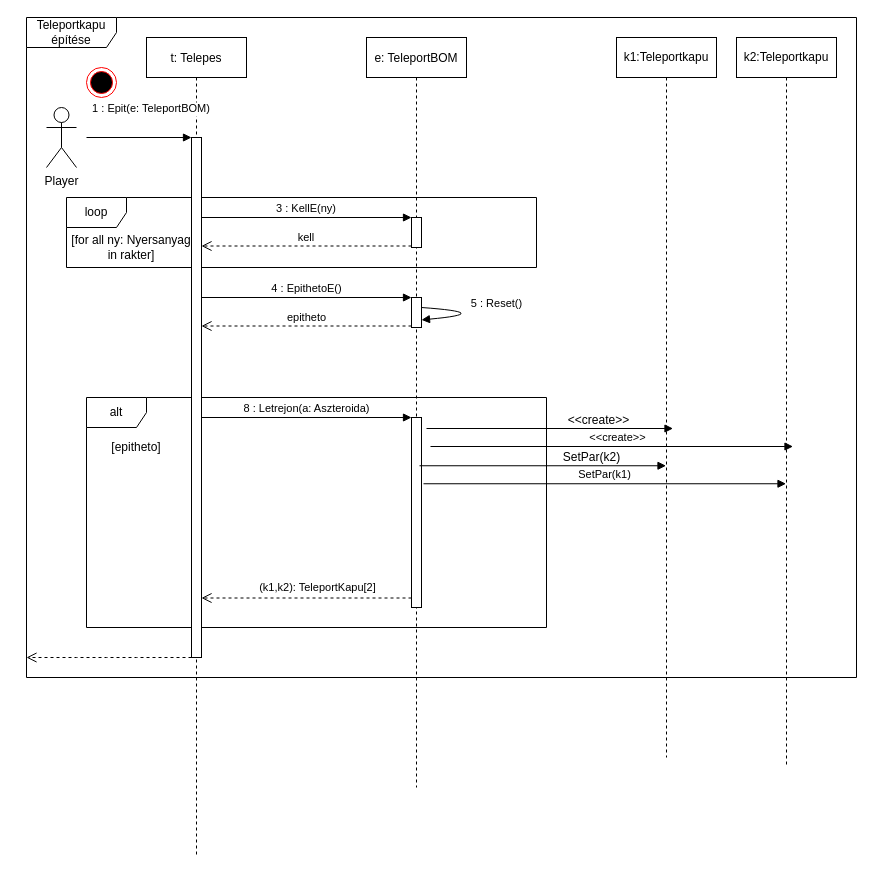
This is page "Page-2" (1 of 2) of doc/uml/szekvencia_teleportEpit.drawio from torpeBoiGo/aszteroidabanyaszat, a draw.io file, before an edit. Source tidied: cells renumbered, new cells numbered last; positions are measured from the earlier drawing's top-left corner, leaving out a move shared by most shapes. Both pictures are drawn from the tidied source at 100%, with x=0, y=0 at pixel (26, 17).
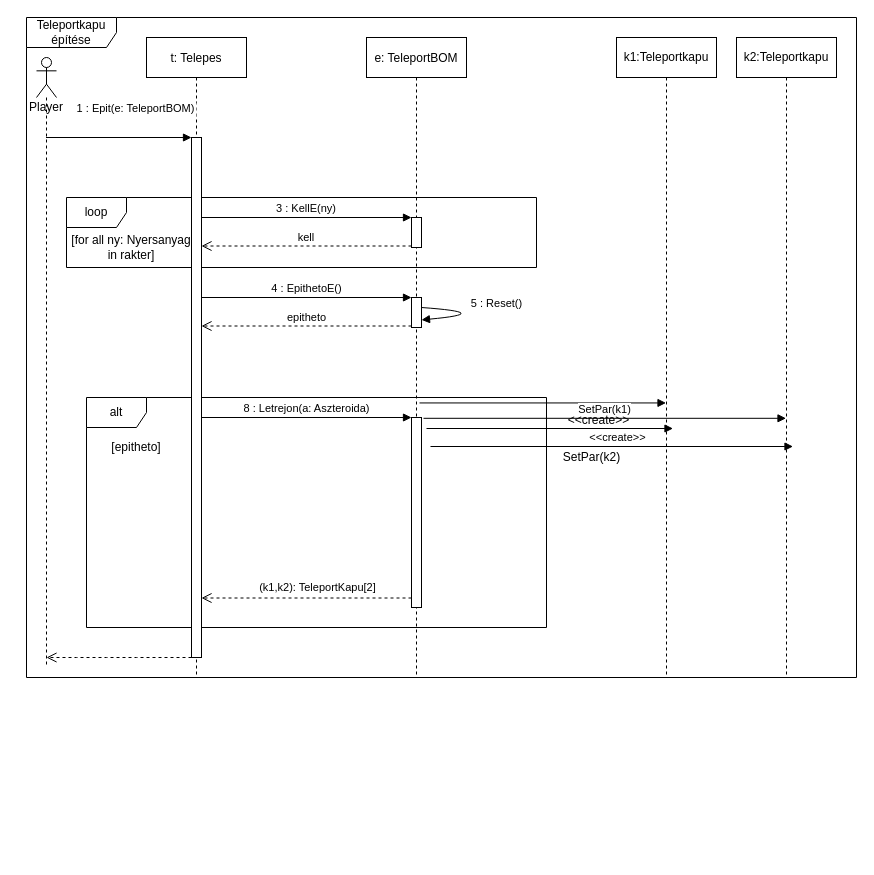
After the change.

The change refers to these unchanged cells:
```xml
<mxCell id="6" style="html=1;points=[];perimeter=orthogonalPerimeter;" parent="5" vertex="1">
  <mxGeometry x="45" y="100" width="10" height="520" as="geometry" />
</mxCell>
```

The edit, as a diff of the source:
```diff
@@
+    <mxCell id="32" value="Teleportkapu építése" style="shape=umlFrame;whiteSpace=wrap;html=1;width=90;height=30;" parent="1" vertex="1">
+      <mxGeometry width="830" height="660" as="geometry" />
+    </mxCell>
@@
     <mxCell id="5" value="t: Telepes" style="shape=umlLifeline;perimeter=lifelinePerimeter;rounded=0;shadow=0;strokeWidth=1;" parent="1" vertex="1">
-      <mxGeometry x="120" y="20" width="100" height="820" as="geometry" />
+      <mxGeometry x="120" y="20" width="100" height="640" as="geometry" />
     </mxCell>
@@
     <mxCell id="7" value="e: TeleportBOM" style="shape=umlLifeline;perimeter=lifelinePerimeter;rounded=0;shadow=0;strokeWidth=1;" parent="1" vertex="1">
-      <mxGeometry x="340" y="20" width="100" height="750" as="geometry" />
+      <mxGeometry x="340" y="20" width="100" height="640" as="geometry" />
     </mxCell>
@@
-    <mxCell id="16" value="1 : Epit(e: TeleportBOM)" style="verticalAlign=bottom;startArrow=none;endArrow=block;startSize=8;shadow=0;strokeWidth=1;startFill=0;" parent="1" edge="1">
+    <mxCell id="16" value="1 : Epit(e: TeleportBOM)" style="verticalAlign=bottom;startArrow=none;endArrow=block;startSize=8;shadow=0;strokeWidth=1;startFill=0;" parent="1" edge="1" source="31">
       <mxGeometry x="0.24" y="20" relative="1" as="geometry">
-        <mxPoint x="60" y="120" as="sourcePoint" />
         <mxPoint x="165" y="120" as="targetPoint" />
       </mxGeometry>
     </mxCell>
     <mxCell id="17" style="html=1;verticalAlign=bottom;endArrow=open;dashed=1;endSize=8;" parent="1" edge="1" source="6">
       <mxGeometry relative="1" as="geometry">
-        <mxPoint y="640" as="targetPoint" />
+        <mxPoint x="20" y="640" as="targetPoint" />
         <Array as="points">
           <mxPoint x="120" y="640" />
           <mxPoint x="90" y="640" />
           <mxPoint x="60" y="640" />
         </Array>
       </mxGeometry>
     </mxCell>
@@
     <mxCell id="21" value="k1:Teleportkapu" style="shape=umlLifeline;perimeter=lifelinePerimeter;whiteSpace=wrap;html=1;outlineConnect=0;" parent="1" vertex="1">
-      <mxGeometry x="590" y="20" width="100" height="720" as="geometry" />
+      <mxGeometry x="590" y="20" width="100" height="640" as="geometry" />
     </mxCell>
     <mxCell id="22" value="k2:Teleportkapu" style="shape=umlLifeline;perimeter=lifelinePerimeter;whiteSpace=wrap;html=1;outlineConnect=0;" parent="1" vertex="1">
-      <mxGeometry x="710" y="20" width="100" height="730" as="geometry" />
+      <mxGeometry x="710" y="20" width="100" height="640" as="geometry" />
     </mxCell>
@@
-    <mxCell id="30" style="ellipse;html=1;shape=endState;fillColor=#000000;strokeColor=#ff0000;" parent="1" vertex="1">
-      <mxGeometry x="60" y="50" width="30" height="30" as="geometry" />
-    </mxCell>
-    <mxCell id="31" value="Player" style="shape=umlActor;verticalLabelPosition=bottom;verticalAlign=top;html=1;outlineConnect=0;" parent="1" vertex="1">
-      <mxGeometry x="20" y="90" width="30" height="60" as="geometry" />
+    <mxCell id="31" value="Player" style="shape=umlLifeline;participant=umlActor;perimeter=lifelinePerimeter;whiteSpace=wrap;html=1;verticalAlign=top;spacingTop=36;outlineConnect=0;" parent="1" vertex="1">
+      <mxGeometry x="10" y="40" width="20" height="610" as="geometry" />
     </mxCell>
-    <mxCell id="32" value="Teleportkapu építése" style="shape=umlFrame;whiteSpace=wrap;html=1;width=90;height=30;" parent="1" vertex="1">
-      <mxGeometry width="830" height="660" as="geometry" />
-    </mxCell>
```
